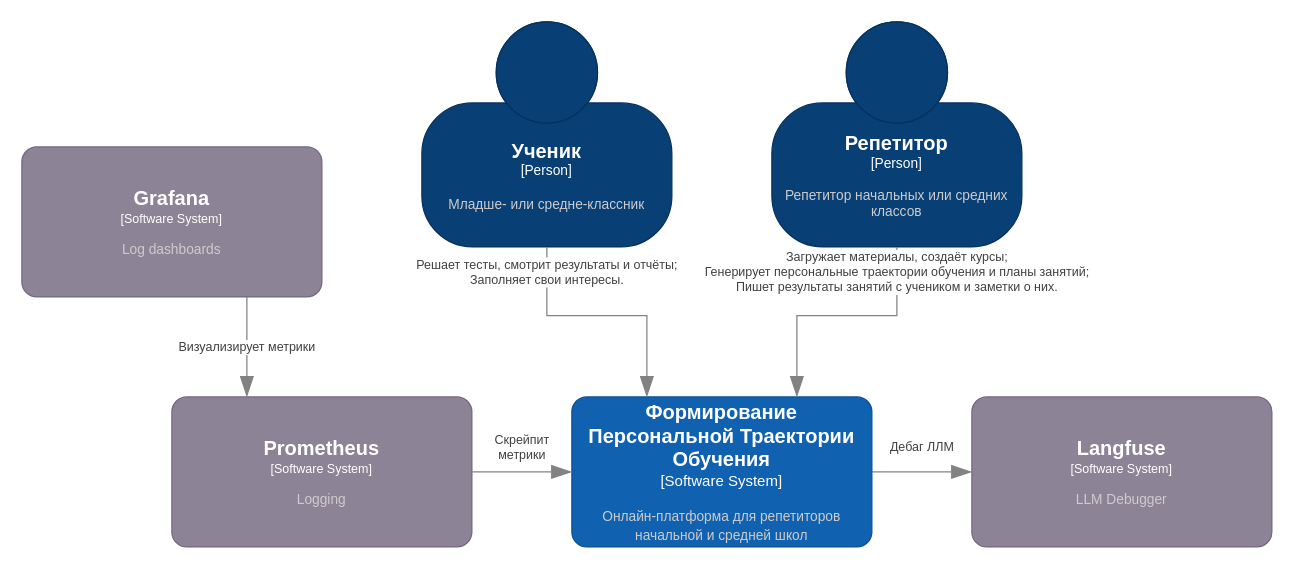
Earlier version of the draw.io diagram page "Context" (1 of 3) of docs/assets/c4-diagram.drawio (vstu-sii/bachelor-2025-team-make-it-simple). Source tidied: cells renumbered, new cells numbered last; positions are measured from the earlier drawing's top-left corner, leaving out a move shared by most shapes. Both pictures are drawn from the tidied source at 125%, with x=0, y=0 at pixel (21, 21).
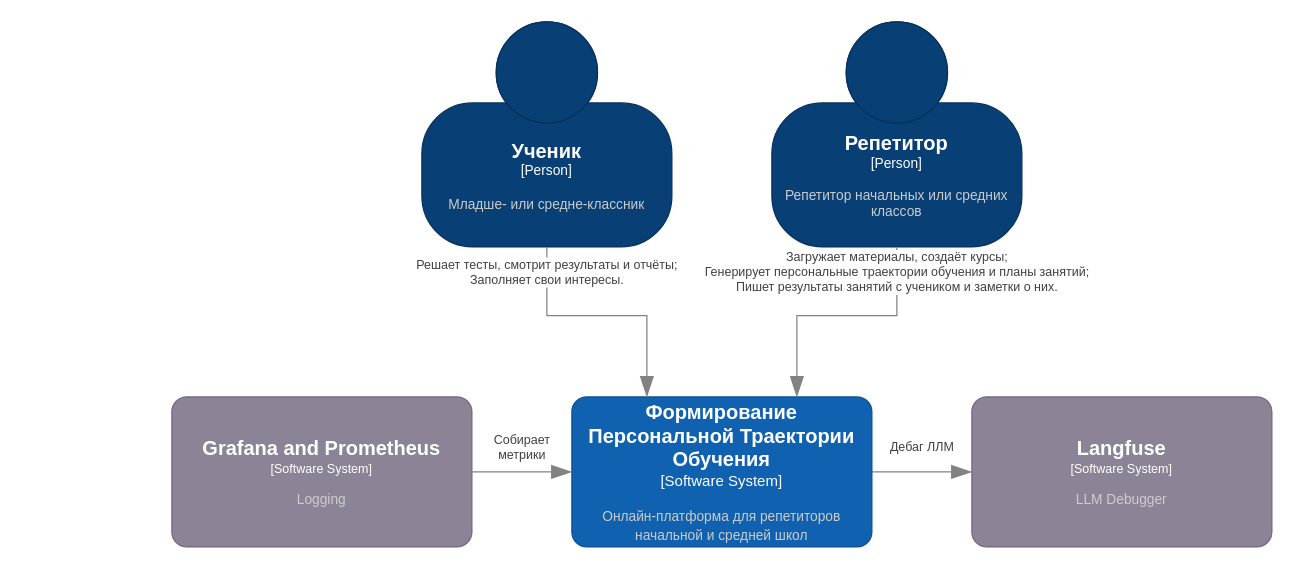
After the change.

The edit, as a diff of the source:
```diff
@@
 <mxGraphModel>
   <root>
     <mxCell id="0" />
     <mxCell id="1" parent="0" />
     <mxCell id="2" value="Дебаг ЛЛМ" style="edgeStyle=orthogonalEdgeStyle;shape=connector;rounded=0;jumpStyle=arc;jumpSize=16;jettySize=auto;html=1;strokeColor=#828282;strokeWidth=1;align=center;verticalAlign=middle;fontFamily=Helvetica;fontSize=10;fontColor=#404040;labelBackgroundColor=default;elbow=vertical;startSize=14;endArrow=blockThin;endFill=1;endSize=14;" parent="1" edge="1" source="3" target="12">
       <mxGeometry y="20" relative="1" as="geometry" />
     </mxCell>
     <object id="3" label="&lt;font style=&quot;font-size: 16px&quot;&gt;&lt;b&gt;%c4Name%&lt;/b&gt;&lt;/font&gt;&lt;div&gt;[%c4Type%]&lt;/div&gt;&lt;br&gt;&lt;div&gt;&lt;font style=&quot;font-size: 11px&quot;&gt;&lt;font color=&quot;#cccccc&quot;&gt;%c4Description%&lt;/font&gt;&lt;/div&gt;" c4Description="Онлайн-платформа для репетиторов начальной и средней школ" c4Name="Формирование Персональной Траектории Обучения" c4Type="Software System" placeholders="1">
       <mxCell style="rounded=1;whiteSpace=wrap;html=1;labelBackgroundColor=none;fillColor=#1061B0;fontColor=#ffffff;align=center;arcSize=10;strokeColor=#0D5091;points=[[0.25,0,0],[0.5,0,0],[0.75,0,0],[1,0.25,0],[1,0.5,0],[1,0.75,0],[0.75,1,0],[0.5,1,0],[0.25,1,0],[0,0.75,0],[0,0.5,0],[0,0.25,0]];" parent="1" vertex="1">
         <mxGeometry x="440" y="300" width="240" height="120" as="geometry" />
       </mxCell>
     </object>
     <object id="4" label="&lt;font style=&quot;font-size: 16px&quot;&gt;&lt;b&gt;%c4Name%&lt;/b&gt;&lt;/font&gt;&lt;div&gt;[%c4Type%]&lt;/div&gt;&lt;br&gt;&lt;div&gt;&lt;font style=&quot;font-size: 11px&quot;&gt;&lt;font color=&quot;#cccccc&quot;&gt;%c4Description%&lt;/font&gt;&lt;/div&gt;" c4Description="Младше- или средне-классник" c4Name="Ученик" c4Type="Person" placeholders="1">
       <mxCell style="html=1;fontSize=11;dashed=0;whiteSpace=wrap;fillColor=#083F75;strokeColor=#06315C;fontColor=#ffffff;shape=mxgraph.c4.person2;align=center;points=[[0.5,0,0],[1,0.5,0],[1,0.75,0],[0.75,1,0],[0.5,1,0],[0.25,1,0],[0,0.75,0],[0,0.5,0]];" parent="1" vertex="1">
         <mxGeometry x="320" width="200" height="180" as="geometry" />
       </mxCell>
     </object>
     <object id="5" label="&lt;font style=&quot;font-size: 16px&quot;&gt;&lt;b&gt;%c4Name%&lt;/b&gt;&lt;/font&gt;&lt;div&gt;[%c4Type%]&lt;/div&gt;&lt;br&gt;&lt;div&gt;&lt;font style=&quot;font-size: 11px&quot;&gt;&lt;font color=&quot;#cccccc&quot;&gt;%c4Description%&lt;/font&gt;&lt;/div&gt;" c4Description="Репетитор начальных или средних классов" c4Name="Репетитор" c4Type="Person" placeholders="1">
       <mxCell style="html=1;fontSize=11;dashed=0;whiteSpace=wrap;fillColor=#083F75;strokeColor=#06315C;fontColor=#ffffff;shape=mxgraph.c4.person2;align=center;points=[[0.5,0,0],[1,0.5,0],[1,0.75,0],[0.75,1,0],[0.5,1,0],[0.25,1,0],[0,0.75,0],[0,0.5,0]];" parent="1" vertex="1">
         <mxGeometry x="600" width="200" height="180" as="geometry" />
       </mxCell>
     </object>
     <mxCell id="6" value="Решает тесты, смотрит результаты и отчёты;&lt;br&gt;Заполняет свои интересы." style="edgeStyle=orthogonalEdgeStyle;shape=connector;rounded=0;jumpStyle=arc;jumpSize=16;jettySize=auto;html=1;entryX=0.25;entryY=0;entryDx=0;entryDy=0;entryPerimeter=0;strokeColor=#828282;strokeWidth=1;align=center;verticalAlign=middle;fontFamily=Helvetica;fontSize=10;fontColor=#404040;labelBackgroundColor=default;elbow=vertical;startSize=14;endArrow=blockThin;endFill=1;endSize=14;" parent="1" edge="1" source="4" target="3">
       <mxGeometry x="-0.8" relative="1" as="geometry" />
     </mxCell>
     <mxCell id="7" value="&lt;div&gt;Загружает материалы, создаёт курсы;&lt;/div&gt;&lt;div&gt;Генерирует персональные траектории обучения и планы занятий;&lt;/div&gt;Пишет результаты занятий с учеником и заметки о них." style="edgeStyle=orthogonalEdgeStyle;shape=connector;rounded=0;jumpStyle=arc;jumpSize=16;jettySize=auto;html=1;entryX=0.75;entryY=0;entryDx=0;entryDy=0;entryPerimeter=0;strokeColor=#828282;strokeWidth=1;align=center;verticalAlign=middle;fontFamily=Helvetica;fontSize=10;fontColor=#404040;labelBackgroundColor=default;elbow=vertical;startSize=14;endArrow=blockThin;endFill=1;endSize=14;" parent="1" edge="1" source="5" target="3">
       <mxGeometry x="-0.8" relative="1" as="geometry" />
     </mxCell>
-    <object id="8" label="&lt;font style=&quot;font-size: 16px&quot;&gt;&lt;b&gt;%c4Name%&lt;/b&gt;&lt;/font&gt;&lt;div&gt;[%c4Type%]&lt;/div&gt;&lt;br&gt;&lt;div&gt;&lt;font style=&quot;font-size: 11px&quot;&gt;&lt;font color=&quot;#cccccc&quot;&gt;%c4Description%&lt;/font&gt;&lt;/div&gt;" c4Description="Logging" c4Name="Prometheus" c4Type="Software System" placeholders="1">
+    <object id="8" label="&lt;font style=&quot;font-size: 16px&quot;&gt;&lt;b&gt;%c4Name%&lt;/b&gt;&lt;/font&gt;&lt;div&gt;[%c4Type%]&lt;/div&gt;&lt;br&gt;&lt;div&gt;&lt;font style=&quot;font-size: 11px&quot;&gt;&lt;font color=&quot;#cccccc&quot;&gt;%c4Description%&lt;/font&gt;&lt;/div&gt;" c4Description="Logging" c4Name="Grafana and Prometheus" c4Type="Software System" placeholders="1">
       <mxCell style="rounded=1;whiteSpace=wrap;html=1;labelBackgroundColor=none;fillColor=#8C8496;fontColor=#ffffff;align=center;arcSize=10;strokeColor=#736782;points=[[0.25,0,0],[0.5,0,0],[0.75,0,0],[1,0.25,0],[1,0.5,0],[1,0.75,0],[0.75,1,0],[0.5,1,0],[0.25,1,0],[0,0.75,0],[0,0.5,0],[0,0.25,0]];fontFamily=Helvetica;fontSize=10;" parent="1" vertex="1">
         <mxGeometry x="120" y="300" width="240" height="120" as="geometry" />
       </mxCell>
     </object>
-    <object id="9" label="&lt;font style=&quot;font-size: 16px&quot;&gt;&lt;b&gt;%c4Name%&lt;/b&gt;&lt;/font&gt;&lt;div&gt;[%c4Type%]&lt;/div&gt;&lt;br&gt;&lt;div&gt;&lt;font style=&quot;font-size: 11px&quot;&gt;&lt;font color=&quot;#cccccc&quot;&gt;%c4Description%&lt;/font&gt;&lt;/div&gt;" c4Description="Log dashboards" c4Name="Grafana" c4Type="Software System" placeholders="1">
-      <mxCell style="rounded=1;whiteSpace=wrap;html=1;labelBackgroundColor=none;fillColor=#8C8496;fontColor=#ffffff;align=center;arcSize=10;strokeColor=#736782;points=[[0.25,0,0],[0.5,0,0],[0.75,0,0],[1,0.25,0],[1,0.5,0],[1,0.75,0],[0.75,1,0],[0.5,1,0],[0.25,1,0],[0,0.75,0],[0,0.5,0],[0,0.25,0]];fontFamily=Helvetica;fontSize=10;" parent="1" vertex="1">
-        <mxGeometry y="100" width="240" height="120" as="geometry" />
-      </mxCell>
-    </object>
-    <mxCell id="10" value="Визуализирует метрики" style="edgeStyle=orthogonalEdgeStyle;shape=connector;rounded=0;jumpStyle=arc;jumpSize=16;jettySize=auto;html=1;exitX=0.75;exitY=1;exitDx=0;exitDy=0;exitPerimeter=0;entryX=0.25;entryY=0;entryDx=0;entryDy=0;entryPerimeter=0;strokeColor=#828282;strokeWidth=1;align=center;verticalAlign=middle;fontFamily=Helvetica;fontSize=10;fontColor=#404040;labelBackgroundColor=default;elbow=vertical;startSize=14;endArrow=blockThin;endFill=1;endSize=14;" parent="1" edge="1" source="9" target="8">
-      <mxGeometry relative="1" as="geometry" />
-    </mxCell>
-    <mxCell id="11" value="Скрейпит&lt;br&gt;метрики" style="edgeStyle=orthogonalEdgeStyle;shape=connector;rounded=0;jumpStyle=arc;jumpSize=16;jettySize=auto;html=1;exitX=1;exitY=0.5;exitDx=0;exitDy=0;exitPerimeter=0;entryX=0;entryY=0.5;entryDx=0;entryDy=0;entryPerimeter=0;strokeColor=#828282;strokeWidth=1;align=center;verticalAlign=middle;fontFamily=Helvetica;fontSize=10;fontColor=#404040;labelBackgroundColor=default;elbow=vertical;startSize=14;endArrow=blockThin;endFill=1;endSize=14;" parent="1" edge="1" source="8" target="3">
+    <mxCell id="11" value="Собирает&lt;br&gt;&lt;div&gt;метрики&lt;/div&gt;" style="edgeStyle=orthogonalEdgeStyle;shape=connector;rounded=0;jumpStyle=arc;jumpSize=16;jettySize=auto;html=1;exitX=1;exitY=0.5;exitDx=0;exitDy=0;exitPerimeter=0;entryX=0;entryY=0.5;entryDx=0;entryDy=0;entryPerimeter=0;strokeColor=#828282;strokeWidth=1;align=center;verticalAlign=middle;fontFamily=Helvetica;fontSize=10;fontColor=#404040;labelBackgroundColor=default;elbow=vertical;startSize=14;endArrow=blockThin;endFill=1;endSize=14;" parent="1" edge="1" source="8" target="3">
       <mxGeometry y="20" relative="1" as="geometry" />
     </mxCell>
     <object id="12" label="&lt;font style=&quot;font-size: 16px&quot;&gt;&lt;b&gt;%c4Name%&lt;/b&gt;&lt;/font&gt;&lt;div&gt;[%c4Type%]&lt;/div&gt;&lt;br&gt;&lt;div&gt;&lt;font style=&quot;font-size: 11px&quot;&gt;&lt;font color=&quot;#cccccc&quot;&gt;%c4Description%&lt;/font&gt;&lt;/div&gt;" c4Description="LLM Debugger" c4Name="Langfuse" c4Type="Software System" placeholders="1">
       <mxCell style="rounded=1;whiteSpace=wrap;html=1;labelBackgroundColor=none;fillColor=#8C8496;fontColor=#ffffff;align=center;arcSize=10;strokeColor=#736782;points=[[0.25,0,0],[0.5,0,0],[0.75,0,0],[1,0.25,0],[1,0.5,0],[1,0.75,0],[0.75,1,0],[0.5,1,0],[0.25,1,0],[0,0.75,0],[0,0.5,0],[0,0.25,0]];fontFamily=Helvetica;fontSize=10;" parent="1" vertex="1">
         <mxGeometry x="760" y="300" width="240" height="120" as="geometry" />
       </mxCell>
     </object>
   </root>
 </mxGraphModel>
```
